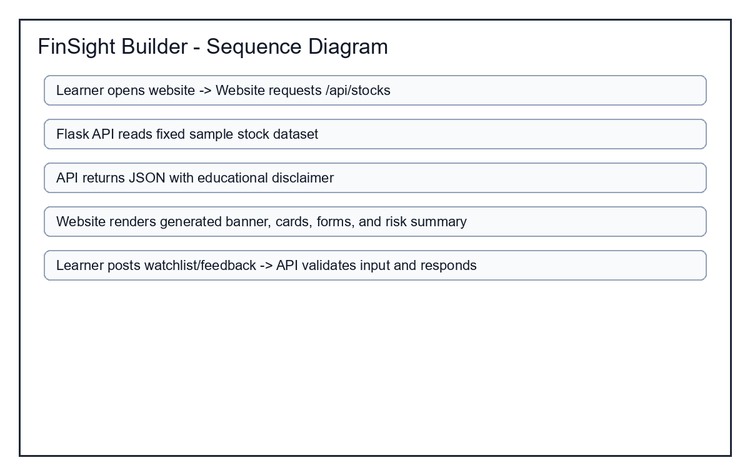
Before: Task1/artifacts/diagrams/sequence_diagram.png, a diagram exported from PlantUML (AI-XJTLU/FinSight-Builder). Its source is kept beside it as Task1/artifacts/diagrams/sequence_diagram.puml.
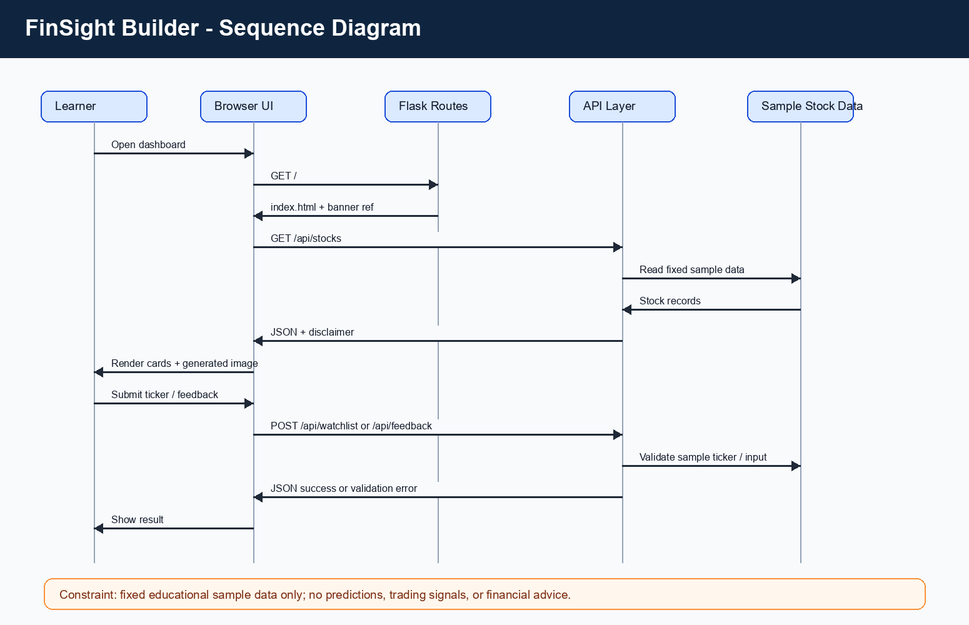
After the commit.

The edit, as a diff of the source:
```diff
@@ -1,18 +1,23 @@
 @startuml
-title FinSight Builder Stock Briefing Sequence
-actor Learner
-participant "Website" as Web
-participant "Flask API" as API
+title FinSight Builder Dashboard and API Sequence
+autonumber
+actor "Learner User" as User
+participant "Browser UI" as Browser
+participant "Flask Routes" as Flask
+participant "API Layer" as API
 database "Sample Stock Data" as Data
-Learner -> Web: Open dashboard
-Web -> API: GET /api/stocks
-API -> Data: Read sample stocks
+User -> Browser: Open dashboard
+Browser -> Flask: GET /
+Flask --> Browser: index.html with generated image reference
+Browser -> API: GET /api/stocks
+API -> Data: Read fixed sample stock data
 Data --> API: Stock records
-API --> Web: JSON with disclaimer
-Web --> Learner: Render cards and generated banner
-Learner -> Web: Submit ticker
-Web -> API: POST /api/watchlist
-API -> Data: Validate ticker
-API --> Web: Watchlist update or validation error
-Web --> Learner: Show result
+API --> Browser: JSON stock list + disclaimer
+Browser --> User: Render stock cards and generated banner
+User -> Browser: Submit watchlist ticker or feedback
+Browser -> API: POST /api/watchlist or /api/feedback
+API -> Data: Validate ticker or input fields
+API --> Browser: JSON success or validation error
+Browser --> User: Show result
+note over API,Data: Educational sample data only; no prediction or financial advice.
 @enduml
```
